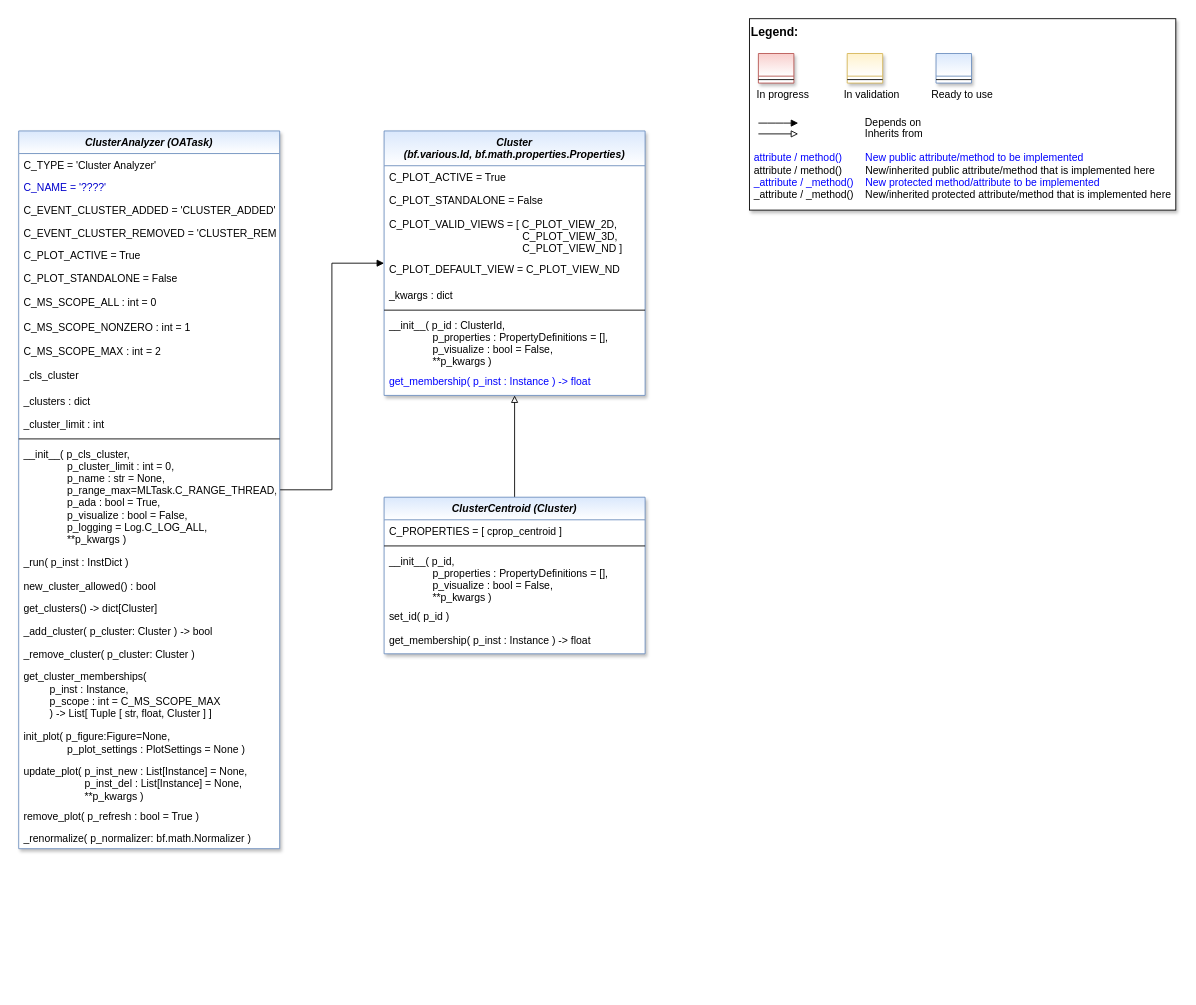
fhswf/MLPro keeps this draw.io diagram as doc/rtd/content/99_appendices/appendix2/sub/core/mlpro_oa/streams/tasks/images/MLPro-OA-Cluster_Analyzers_class_diagram.drawio. Above is the earlier version. Source tidied: cells renumbered, new cells numbered last; positions are measured from the earlier drawing's top-left corner, leaving out a move shared by most shapes. Both pictures are drawn from the tidied source at 87%, with x=0, y=0 at pixel (18, 18).
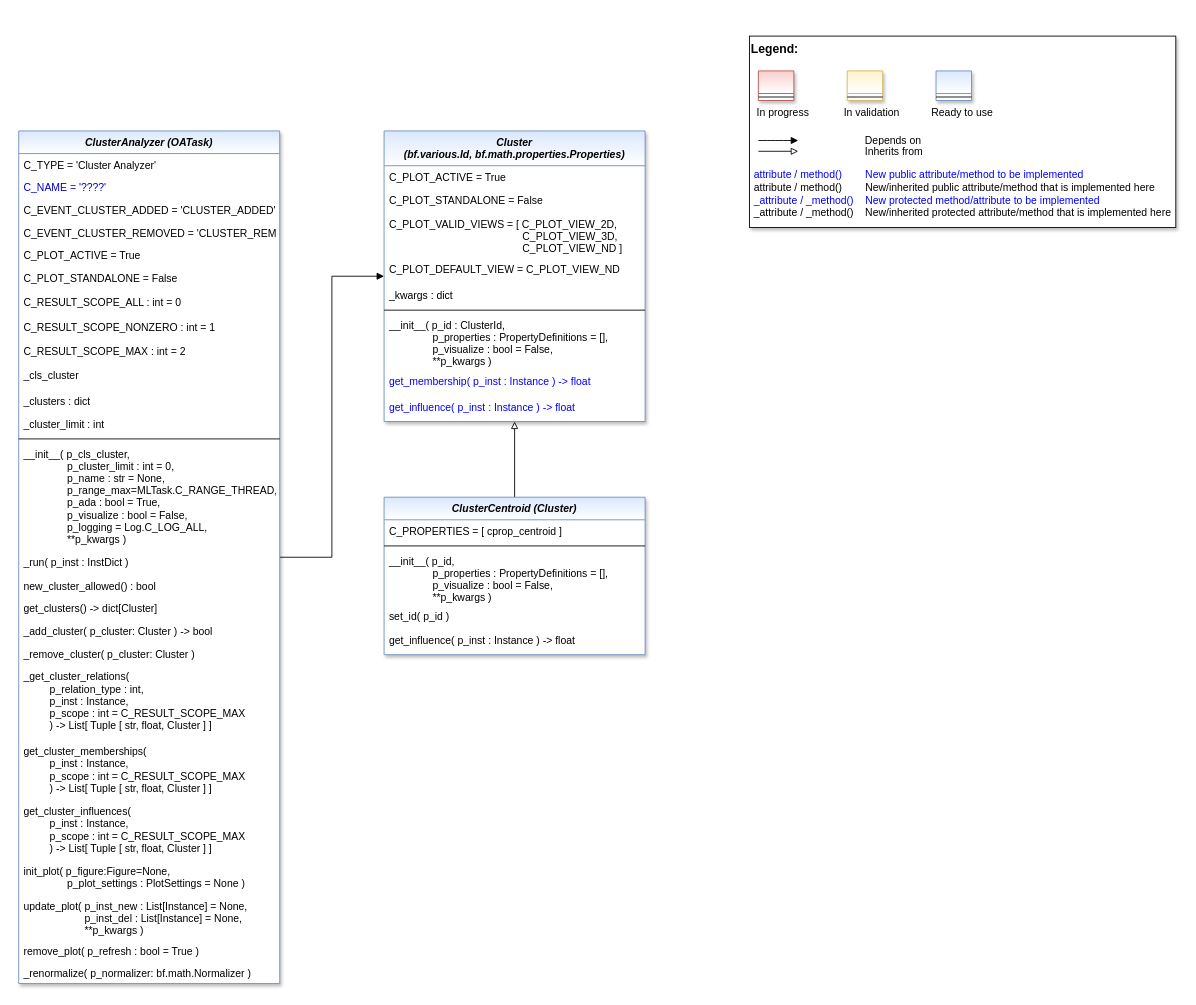
The same page after the edit.

Change to the diagram source:
```diff
@@
     <mxCell id="3" value="ClusterAnalyzer (OATask)" style="swimlane;fontStyle=3;align=center;verticalAlign=top;horizontal=1;startSize=26;rounded=0;shadow=1;strokeWidth=1;fillColor=#dae8fc;strokeColor=#6c8ebf;swimlaneFillColor=#ffffff;gradientColor=#FFFFFF;" parent="1" vertex="1">
-      <mxGeometry y="129" width="300" height="825" as="geometry" />
+      <mxGeometry y="129" width="300" height="980" as="geometry" />
     </mxCell>
@@
-    <mxCell id="10" value="C_MS_SCOPE_ALL : int = 0" style="text;align=left;verticalAlign=top;spacingLeft=4;spacingRight=4;overflow=hidden;fontColor=default;" parent="3" vertex="1">
+    <mxCell id="10" value="C_RESULT_SCOPE_ALL : int = 0" style="text;align=left;verticalAlign=top;spacingLeft=4;spacingRight=4;overflow=hidden;fontColor=default;" parent="3" vertex="1">
       <mxGeometry y="184" width="300" height="28" as="geometry" />
     </mxCell>
-    <mxCell id="11" value="C_MS_SCOPE_NONZERO : int = 1" style="text;align=left;verticalAlign=top;spacingLeft=4;spacingRight=4;overflow=hidden;fontColor=default;" parent="3" vertex="1">
+    <mxCell id="11" value="C_RESULT_SCOPE_NONZERO : int = 1" style="text;align=left;verticalAlign=top;spacingLeft=4;spacingRight=4;overflow=hidden;fontColor=default;" parent="3" vertex="1">
       <mxGeometry y="212" width="300" height="28" as="geometry" />
     </mxCell>
-    <mxCell id="12" value="C_MS_SCOPE_MAX : int = 2" style="text;align=left;verticalAlign=top;spacingLeft=4;spacingRight=4;overflow=hidden;fontColor=default;" parent="3" vertex="1">
+    <mxCell id="12" value="C_RESULT_SCOPE_MAX : int = 2" style="text;align=left;verticalAlign=top;spacingLeft=4;spacingRight=4;overflow=hidden;fontColor=default;" parent="3" vertex="1">
       <mxGeometry y="240" width="300" height="28" as="geometry" />
     </mxCell>
@@
+    <mxCell id="54" value="_get_cluster_relations( &#10;         p_relation_type : int,&#10;         p_inst : Instance,&#10;         p_scope : int = C_RESULT_SCOPE_MAX&#10;         ) -&gt; List[ Tuple [ str, float, Cluster ] ]" style="text;align=left;verticalAlign=top;spacingLeft=4;spacingRight=4;overflow=hidden;fontColor=default;" parent="3" vertex="1">
+      <mxGeometry y="614" width="300" height="86" as="geometry" />
+    </mxCell>
-    <mxCell id="23" value="get_cluster_memberships( &#10;         p_inst : Instance,&#10;         p_scope : int = C_MS_SCOPE_MAX&#10;         ) -&gt; List[ Tuple [ str, float, Cluster ] ]" style="text;align=left;verticalAlign=top;spacingLeft=4;spacingRight=4;overflow=hidden;fontColor=default;" parent="3" vertex="1">
-      <mxGeometry y="614" width="300" height="69" as="geometry" />
+    <mxCell id="23" value="get_cluster_memberships( &#10;         p_inst : Instance,&#10;         p_scope : int = C_RESULT_SCOPE_MAX&#10;         ) -&gt; List[ Tuple [ str, float, Cluster ] ]" style="text;align=left;verticalAlign=top;spacingLeft=4;spacingRight=4;overflow=hidden;fontColor=default;" parent="3" vertex="1">
+      <mxGeometry y="700" width="300" height="69" as="geometry" />
     </mxCell>
+    <mxCell id="55" value="get_cluster_influences( &#10;         p_inst : Instance,&#10;         p_scope : int = C_RESULT_SCOPE_MAX&#10;         ) -&gt; List[ Tuple [ str, float, Cluster ] ]" style="text;align=left;verticalAlign=top;spacingLeft=4;spacingRight=4;overflow=hidden;fontColor=default;" parent="3" vertex="1">
+      <mxGeometry y="769" width="300" height="69" as="geometry" />
+    </mxCell>
     <mxCell id="24" value="init_plot( p_figure:Figure=None, &#10;               p_plot_settings : PlotSettings = None )" style="text;align=left;verticalAlign=top;spacingLeft=4;spacingRight=4;overflow=hidden;fontColor=default;" parent="3" vertex="1">
-      <mxGeometry y="683" width="300" height="40" as="geometry" />
+      <mxGeometry y="838" width="300" height="40" as="geometry" />
     </mxCell>
     <mxCell id="25" value="update_plot( p_inst_new : List[Instance] = None, &#10;                     p_inst_del : List[Instance] = None,&#10;                     **p_kwargs )" style="text;align=left;verticalAlign=top;spacingLeft=4;spacingRight=4;overflow=hidden;fontColor=default;" parent="3" vertex="1">
-      <mxGeometry y="723" width="300" height="52" as="geometry" />
+      <mxGeometry y="878" width="300" height="52" as="geometry" />
     </mxCell>
     <mxCell id="26" value="remove_plot( p_refresh : bool = True )" style="text;align=left;verticalAlign=top;spacingLeft=4;spacingRight=4;overflow=hidden;fontColor=default;" parent="3" vertex="1">
-      <mxGeometry y="775" width="300" height="25" as="geometry" />
+      <mxGeometry y="930" width="300" height="25" as="geometry" />
     </mxCell>
     <mxCell id="27" value="_renormalize( p_normalizer: bf.math.Normalizer )" style="text;align=left;verticalAlign=top;spacingLeft=4;spacingRight=4;overflow=hidden;fontColor=default;" parent="3" vertex="1">
-      <mxGeometry y="800" width="300" height="25" as="geometry" />
+      <mxGeometry y="955" width="300" height="25" as="geometry" />
     </mxCell>
     <mxCell id="28" value="Cluster &#10;(bf.various.Id, bf.math.properties.Properties)" style="swimlane;fontStyle=3;align=center;verticalAlign=top;horizontal=1;startSize=40;rounded=0;shadow=1;strokeWidth=1;fillColor=#dae8fc;strokeColor=#6c8ebf;swimlaneFillColor=#ffffff;gradientColor=#FFFFFF;" parent="1" vertex="1">
-      <mxGeometry x="420" y="129" width="300" height="304" as="geometry" />
+      <mxGeometry x="420" y="129" width="300" height="334" as="geometry" />
     </mxCell>
@@
+    <mxCell id="56" value="get_influence( p_inst : Instance ) -&gt; float" style="text;align=left;verticalAlign=top;spacingLeft=4;spacingRight=4;overflow=hidden;fontColor=#0000FF;" parent="28" vertex="1">
+      <mxGeometry y="304" width="300" height="30" as="geometry" />
+    </mxCell>
@@
     <mxCell id="38" value="ClusterCentroid (Cluster)" style="swimlane;fontStyle=3;align=center;verticalAlign=top;horizontal=1;startSize=26;rounded=0;shadow=1;strokeWidth=1;fillColor=#dae8fc;strokeColor=#6c8ebf;swimlaneFillColor=#ffffff;gradientColor=#FFFFFF;" parent="1" vertex="1">
-      <mxGeometry x="420" y="550" width="300" height="180" as="geometry" />
+      <mxGeometry x="420" y="550" width="300" height="181" as="geometry" />
     </mxCell>
@@
-    <mxCell id="43" value="get_membership( p_inst : Instance ) -&gt; float" style="text;align=left;verticalAlign=top;spacingLeft=4;spacingRight=4;overflow=hidden;fontColor=default;" parent="38" vertex="1">
-      <mxGeometry y="151" width="300" height="27" as="geometry" />
-    </mxCell>
+    <mxCell id="57" value="get_influence( p_inst : Instance ) -&gt; float" style="text;align=left;verticalAlign=top;spacingLeft=4;spacingRight=4;overflow=hidden;fontColor=default;" parent="38" vertex="1">
+      <mxGeometry y="151" width="300" height="30" as="geometry" />
+    </mxCell>
     <mxCell id="44" style="group;" parent="1" vertex="1">
-      <mxGeometry x="840" width="490" height="220" as="geometry" />
+      <mxGeometry x="840" y="20" width="490" height="220" as="geometry" />
     </mxCell>
```
